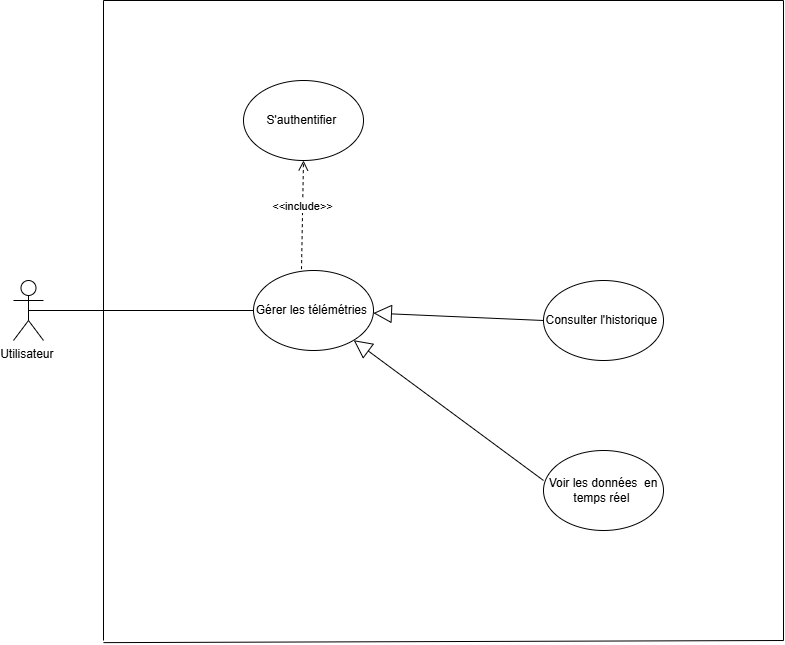
imenmallouli/deploy keeps this draw.io diagram as image/Diagramme telemetries.drawio.png. Above is the earlier version. Source tidied: cells renumbered, new cells last; positions are measured from the earlier drawing's top-left corner, leaving out a move shared by most shapes.
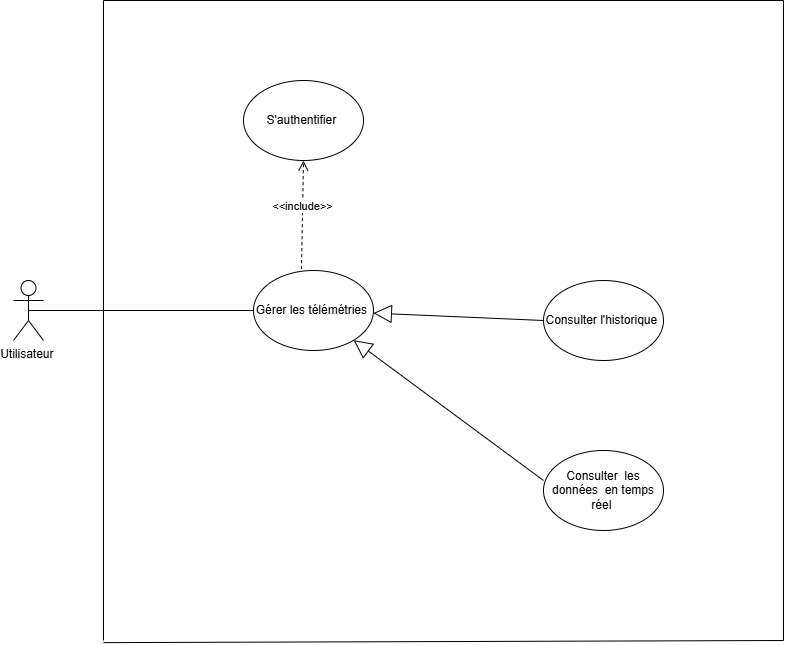
The same diagram one commit later.

The edit, as a diff of the source:
```diff
@@ -14,7 +14,7 @@
     <mxCell id="5" value="Consulter l'historique&amp;nbsp;" style="ellipse;whiteSpace=wrap;html=1;" parent="1" vertex="1">
       <mxGeometry x="530" y="280" width="120" height="80" as="geometry" />
     </mxCell>
-    <mxCell id="6" value="Voir les données&amp;nbsp; en temps réel&amp;nbsp;" style="ellipse;whiteSpace=wrap;html=1;" parent="1" vertex="1">
+    <mxCell id="6" value="Consulter&amp;nbsp; les données&amp;nbsp; en temps réel&amp;nbsp;" style="ellipse;whiteSpace=wrap;html=1;" parent="1" vertex="1">
       <mxGeometry x="530" y="450" width="120" height="80" as="geometry" />
     </mxCell>
     <mxCell id="7" value="S'authentifier&amp;nbsp;" style="ellipse;whiteSpace=wrap;html=1;" parent="1" vertex="1">
```
